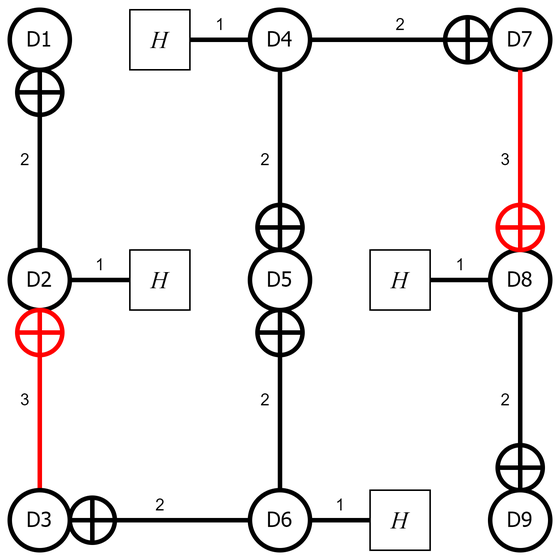
Before: pictures/surface_code/rotated_surface_17_code_encoder.png, a diagram exported from draw.io (Mitch36/QuantumSim-QEC). Source tidied: cells renumbered, new cells last; positions are measured from the earlier drawing's top-left corner, leaving out a move shared by most shapes. Its diagram source:
```xml
<mxGraphModel>
  <root>
    <mxCell id="0" />
    <mxCell id="1" parent="0" />
    <mxCell id="2" value="3" style="edgeStyle=orthogonalEdgeStyle;rounded=0;jettySize=auto;html=1;strokeColor=#FF0000;strokeWidth=3;endArrow=none;endFill=0;" parent="1" edge="1" source="48">
      <mxGeometry x="-0.33" y="-10" relative="1" as="geometry">
        <mxPoint x="20" y="320" as="targetPoint" />
      </mxGeometry>
    </mxCell>
    <mxCell id="3" style="ellipse;whiteSpace=wrap;html=1;fontFamily=Tahoma;strokeWidth=3;" parent="1" vertex="1">
      <mxGeometry x="160" width="40" height="40" as="geometry" />
    </mxCell>
    <mxCell id="4" style="ellipse;whiteSpace=wrap;html=1;fontFamily=Tahoma;strokeWidth=3;" parent="1" vertex="1">
      <mxGeometry x="320" width="40" height="40" as="geometry" />
    </mxCell>
    <mxCell id="5" style="ellipse;whiteSpace=wrap;html=1;fontFamily=Tahoma;strokeWidth=3;" parent="1" vertex="1">
      <mxGeometry x="320" y="160" width="40" height="40" as="geometry" />
    </mxCell>
    <mxCell id="6" style="ellipse;whiteSpace=wrap;html=1;fontFamily=Tahoma;" parent="1" vertex="1">
      <mxGeometry x="160" y="160" width="40" height="40" as="geometry" />
    </mxCell>
    <mxCell id="7" style="ellipse;whiteSpace=wrap;html=1;fontFamily=Tahoma;" parent="1" vertex="1">
      <mxGeometry y="160" width="40" height="40" as="geometry" />
    </mxCell>
    <mxCell id="8" style="ellipse;whiteSpace=wrap;html=1;fontFamily=Tahoma;strokeWidth=3;" parent="1" vertex="1">
      <mxGeometry y="320" width="40" height="40" as="geometry" />
    </mxCell>
    <mxCell id="9" style="ellipse;whiteSpace=wrap;html=1;fontFamily=Tahoma;" parent="1" vertex="1">
      <mxGeometry width="40" height="40" as="geometry" />
    </mxCell>
    <mxCell id="10" style="ellipse;whiteSpace=wrap;html=1;fontFamily=Tahoma;strokeWidth=3;" parent="1" vertex="1">
      <mxGeometry width="40" height="40" as="geometry" />
    </mxCell>
    <mxCell id="11" style="ellipse;whiteSpace=wrap;html=1;fontFamily=Tahoma;strokeWidth=3;" parent="1" vertex="1">
      <mxGeometry y="160" width="40" height="40" as="geometry" />
    </mxCell>
    <mxCell id="12" style="ellipse;whiteSpace=wrap;html=1;fontFamily=Tahoma;strokeWidth=3;" parent="1" vertex="1">
      <mxGeometry x="160" y="160" width="40" height="40" as="geometry" />
    </mxCell>
    <mxCell id="13" style="ellipse;whiteSpace=wrap;html=1;fontFamily=Tahoma;strokeWidth=3;" parent="1" vertex="1">
      <mxGeometry x="160" y="320" width="40" height="40" as="geometry" />
    </mxCell>
    <mxCell id="14" style="ellipse;whiteSpace=wrap;html=1;fontFamily=Tahoma;strokeWidth=3;" parent="1" vertex="1">
      <mxGeometry x="320" y="320" width="40" height="40" as="geometry" />
    </mxCell>
    <mxCell id="15" value="&lt;font style=&quot;font-size: 14px;&quot;&gt;D9&lt;/font&gt;" style="text;html=1;strokeColor=none;fillColor=none;align=center;verticalAlign=middle;whiteSpace=wrap;rounded=0;fontFamily=Tahoma;" parent="1" vertex="1">
      <mxGeometry x="320" y="330" width="40" height="20" as="geometry" />
    </mxCell>
    <mxCell id="16" value="&lt;font style=&quot;font-size: 14px;&quot;&gt;D1&lt;/font&gt;" style="text;html=1;strokeColor=none;fillColor=none;align=center;verticalAlign=middle;whiteSpace=wrap;rounded=0;fontFamily=Tahoma;" parent="1" vertex="1">
      <mxGeometry y="10" width="40" height="20" as="geometry" />
    </mxCell>
    <mxCell id="17" value="&lt;font style=&quot;font-size: 14px;&quot;&gt;D4&lt;/font&gt;" style="text;html=1;strokeColor=none;fillColor=none;align=center;verticalAlign=middle;whiteSpace=wrap;rounded=0;fontFamily=Tahoma;" parent="1" vertex="1">
      <mxGeometry x="160" y="10" width="40" height="20" as="geometry" />
    </mxCell>
    <mxCell id="18" value="&lt;font style=&quot;font-size: 14px;&quot;&gt;D7&lt;/font&gt;" style="text;html=1;strokeColor=none;fillColor=none;align=center;verticalAlign=middle;whiteSpace=wrap;rounded=0;fontFamily=Tahoma;" parent="1" vertex="1">
      <mxGeometry x="320" y="10" width="40" height="20" as="geometry" />
    </mxCell>
    <mxCell id="19" value="&lt;font style=&quot;font-size: 14px;&quot;&gt;D8&lt;/font&gt;" style="text;html=1;strokeColor=none;fillColor=none;align=center;verticalAlign=middle;whiteSpace=wrap;rounded=0;fontFamily=Tahoma;" parent="1" vertex="1">
      <mxGeometry x="320" y="170" width="40" height="20" as="geometry" />
    </mxCell>
    <mxCell id="20" value="&lt;font style=&quot;font-size: 14px;&quot;&gt;D5&lt;/font&gt;" style="text;html=1;strokeColor=none;fillColor=none;align=center;verticalAlign=middle;whiteSpace=wrap;rounded=0;fontFamily=Tahoma;" parent="1" vertex="1">
      <mxGeometry x="160" y="170" width="40" height="20" as="geometry" />
    </mxCell>
    <mxCell id="21" value="&lt;font style=&quot;font-size: 14px;&quot;&gt;D2&lt;/font&gt;" style="text;html=1;strokeColor=none;fillColor=none;align=center;verticalAlign=middle;whiteSpace=wrap;rounded=0;fontFamily=Tahoma;" parent="1" vertex="1">
      <mxGeometry y="170" width="40" height="20" as="geometry" />
    </mxCell>
    <mxCell id="22" value="&lt;font style=&quot;font-size: 14px;&quot;&gt;D3&lt;/font&gt;" style="text;html=1;strokeColor=none;fillColor=none;align=center;verticalAlign=middle;whiteSpace=wrap;rounded=0;fontFamily=Tahoma;" parent="1" vertex="1">
      <mxGeometry y="330" width="40" height="20" as="geometry" />
    </mxCell>
    <mxCell id="23" value="&lt;font style=&quot;font-size: 14px;&quot;&gt;D6&lt;/font&gt;" style="text;html=1;strokeColor=none;fillColor=none;align=center;verticalAlign=middle;whiteSpace=wrap;rounded=0;fontFamily=Tahoma;" parent="1" vertex="1">
      <mxGeometry x="160" y="330" width="40" height="20" as="geometry" />
    </mxCell>
    <mxCell id="24" value="2" style="edgeStyle=orthogonalEdgeStyle;rounded=0;jettySize=auto;html=1;strokeColor=#000000;strokeWidth=3;endArrow=none;endFill=0;" parent="1" edge="1" source="25">
      <mxGeometry x="-0.33" y="-10" relative="1" as="geometry">
        <mxPoint x="180" y="320" as="targetPoint" />
      </mxGeometry>
    </mxCell>
    <mxCell id="25" style="ellipse;whiteSpace=wrap;html=1;fontFamily=Tahoma;strokeWidth=3;" parent="1" vertex="1">
      <mxGeometry x="165" y="200" width="30" height="30" as="geometry" />
    </mxCell>
    <mxCell id="26" style="endArrow=none;html=1;rounded=0;strokeColor=#000000;strokeWidth=3;entryX=0.5;entryY=0;entryDx=0;entryDy=0;exitX=0.5;exitY=1;exitDx=0;exitDy=0;" parent="1" edge="1" source="25" target="25">
      <mxGeometry relative="1" as="geometry" />
    </mxCell>
    <mxCell id="27" style="endArrow=none;html=1;rounded=0;strokeColor=#000000;strokeWidth=3;entryX=0;entryY=0.5;entryDx=0;entryDy=0;exitX=1;exitY=0.5;exitDx=0;exitDy=0;" parent="1" edge="1" source="25" target="25">
      <mxGeometry relative="1" as="geometry" />
    </mxCell>
    <mxCell id="28" value="2" style="edgeStyle=orthogonalEdgeStyle;rounded=0;jettySize=auto;html=1;strokeColor=#000000;strokeWidth=3;endArrow=none;endFill=0;" parent="1" edge="1" source="29" target="3">
      <mxGeometry x="-0.33" y="10" relative="1" as="geometry" />
    </mxCell>
    <mxCell id="29" style="ellipse;whiteSpace=wrap;html=1;fontFamily=Tahoma;strokeWidth=3;direction=east;" parent="1" vertex="1">
      <mxGeometry x="165" y="130" width="30" height="30" as="geometry" />
    </mxCell>
    <mxCell id="30" style="endArrow=none;html=1;rounded=0;strokeColor=#000000;strokeWidth=3;entryX=0.5;entryY=0;entryDx=0;entryDy=0;exitX=0.5;exitY=1;exitDx=0;exitDy=0;" parent="1" edge="1" source="29" target="29">
      <mxGeometry relative="1" as="geometry" />
    </mxCell>
    <mxCell id="31" style="endArrow=none;html=1;rounded=0;strokeColor=#000000;strokeWidth=3;entryX=0;entryY=0.5;entryDx=0;entryDy=0;exitX=1;exitY=0.5;exitDx=0;exitDy=0;" parent="1" edge="1" source="29" target="29">
      <mxGeometry relative="1" as="geometry" />
    </mxCell>
    <mxCell id="32" value="2" style="edgeStyle=orthogonalEdgeStyle;rounded=0;jettySize=auto;html=1;strokeColor=#000000;strokeWidth=3;endArrow=none;endFill=0;" parent="1" edge="1" source="33" target="3">
      <mxGeometry x="-0.33" y="-10" relative="1" as="geometry" />
    </mxCell>
    <mxCell id="33" style="ellipse;whiteSpace=wrap;html=1;fontFamily=Tahoma;strokeWidth=3;direction=east;" parent="1" vertex="1">
      <mxGeometry x="290" y="5" width="30" height="30" as="geometry" />
    </mxCell>
    <mxCell id="34" style="endArrow=none;html=1;rounded=0;strokeColor=#000000;strokeWidth=3;entryX=0.5;entryY=0;entryDx=0;entryDy=0;exitX=0.5;exitY=1;exitDx=0;exitDy=0;" parent="1" edge="1" source="33" target="33">
      <mxGeometry relative="1" as="geometry" />
    </mxCell>
    <mxCell id="35" style="endArrow=none;html=1;rounded=0;strokeColor=#000000;strokeWidth=3;entryX=0;entryY=0.5;entryDx=0;entryDy=0;exitX=1;exitY=0.5;exitDx=0;exitDy=0;" parent="1" edge="1" source="33" target="33">
      <mxGeometry relative="1" as="geometry" />
    </mxCell>
    <mxCell id="36" value="2" style="edgeStyle=orthogonalEdgeStyle;rounded=0;jettySize=auto;html=1;strokeColor=#000000;strokeWidth=3;endArrow=none;endFill=0;" parent="1" edge="1" source="37">
      <mxGeometry x="-0.33" y="10" relative="1" as="geometry">
        <mxPoint x="340" y="200" as="targetPoint" />
      </mxGeometry>
    </mxCell>
    <mxCell id="37" style="ellipse;whiteSpace=wrap;html=1;fontFamily=Tahoma;strokeWidth=3;direction=east;" parent="1" vertex="1">
      <mxGeometry x="325" y="290" width="30" height="30" as="geometry" />
    </mxCell>
    <mxCell id="38" style="endArrow=none;html=1;rounded=0;strokeColor=#000000;strokeWidth=3;entryX=0.5;entryY=0;entryDx=0;entryDy=0;exitX=0.5;exitY=1;exitDx=0;exitDy=0;" parent="1" edge="1" source="37" target="37">
      <mxGeometry relative="1" as="geometry" />
    </mxCell>
    <mxCell id="39" style="endArrow=none;html=1;rounded=0;strokeColor=#000000;strokeWidth=3;entryX=0;entryY=0.5;entryDx=0;entryDy=0;exitX=1;exitY=0.5;exitDx=0;exitDy=0;" parent="1" edge="1" source="37" target="37">
      <mxGeometry relative="1" as="geometry" />
    </mxCell>
    <mxCell id="40" value="2" style="edgeStyle=orthogonalEdgeStyle;rounded=0;jettySize=auto;html=1;strokeColor=#000000;strokeWidth=3;endArrow=none;endFill=0;" parent="1" edge="1" source="41" target="23">
      <mxGeometry x="-0.33" y="10" relative="1" as="geometry" />
    </mxCell>
    <mxCell id="41" style="ellipse;whiteSpace=wrap;html=1;fontFamily=Tahoma;strokeWidth=3;direction=east;" parent="1" vertex="1">
      <mxGeometry x="40" y="325" width="30" height="30" as="geometry" />
    </mxCell>
    <mxCell id="42" style="endArrow=none;html=1;rounded=0;strokeColor=#000000;strokeWidth=3;entryX=0.5;entryY=0;entryDx=0;entryDy=0;exitX=0.5;exitY=1;exitDx=0;exitDy=0;" parent="1" edge="1" source="41" target="41">
      <mxGeometry relative="1" as="geometry" />
    </mxCell>
    <mxCell id="43" style="endArrow=none;html=1;rounded=0;strokeColor=#000000;strokeWidth=3;entryX=0;entryY=0.5;entryDx=0;entryDy=0;exitX=1;exitY=0.5;exitDx=0;exitDy=0;" parent="1" edge="1" source="41" target="41">
      <mxGeometry relative="1" as="geometry" />
    </mxCell>
    <mxCell id="44" value="2" style="edgeStyle=orthogonalEdgeStyle;rounded=0;jettySize=auto;html=1;strokeColor=#000000;strokeWidth=3;endArrow=none;endFill=0;" parent="1" edge="1" source="45">
      <mxGeometry x="-0.33" y="-10" relative="1" as="geometry">
        <mxPoint x="20" y="160" as="targetPoint" />
      </mxGeometry>
    </mxCell>
    <mxCell id="45" style="ellipse;whiteSpace=wrap;html=1;fontFamily=Tahoma;strokeWidth=3;" parent="1" vertex="1">
      <mxGeometry x="5" y="40" width="30" height="30" as="geometry" />
    </mxCell>
    <mxCell id="46" style="endArrow=none;html=1;rounded=0;strokeColor=#000000;strokeWidth=3;entryX=0.5;entryY=0;entryDx=0;entryDy=0;exitX=0.5;exitY=1;exitDx=0;exitDy=0;" parent="1" edge="1" source="45" target="45">
      <mxGeometry relative="1" as="geometry" />
    </mxCell>
    <mxCell id="47" style="endArrow=none;html=1;rounded=0;strokeColor=#000000;strokeWidth=3;entryX=0;entryY=0.5;entryDx=0;entryDy=0;exitX=1;exitY=0.5;exitDx=0;exitDy=0;" parent="1" edge="1" source="45" target="45">
      <mxGeometry relative="1" as="geometry" />
    </mxCell>
    <mxCell id="48" style="ellipse;whiteSpace=wrap;html=1;fontFamily=Tahoma;strokeWidth=3;strokeColor=#FF0000;" parent="1" vertex="1">
      <mxGeometry x="5" y="200" width="30" height="30" as="geometry" />
    </mxCell>
    <mxCell id="49" style="endArrow=none;html=1;rounded=0;strokeColor=#FF0000;strokeWidth=3;entryX=0.5;entryY=0;entryDx=0;entryDy=0;exitX=0.5;exitY=1;exitDx=0;exitDy=0;" parent="1" edge="1" source="48" target="48">
      <mxGeometry relative="1" as="geometry" />
    </mxCell>
    <mxCell id="50" style="endArrow=none;html=1;rounded=0;strokeColor=#FF0000;strokeWidth=3;entryX=0;entryY=0.5;entryDx=0;entryDy=0;exitX=1;exitY=0.5;exitDx=0;exitDy=0;" parent="1" edge="1" source="48" target="48">
      <mxGeometry relative="1" as="geometry" />
    </mxCell>
    <mxCell id="51" value="3" style="edgeStyle=orthogonalEdgeStyle;rounded=0;jettySize=auto;html=1;strokeColor=#FF0000;strokeWidth=3;endArrow=none;endFill=0;entryX=0.5;entryY=1;entryDx=0;entryDy=0;" parent="1" edge="1" source="52" target="4">
      <mxGeometry x="-0.33" y="10" relative="1" as="geometry" />
    </mxCell>
    <mxCell id="52" style="ellipse;whiteSpace=wrap;html=1;fontFamily=Tahoma;strokeWidth=3;strokeColor=#FF0000;" parent="1" vertex="1">
      <mxGeometry x="325" y="130" width="30" height="30" as="geometry" />
    </mxCell>
    <mxCell id="53" style="endArrow=none;html=1;rounded=0;strokeColor=#FF0000;strokeWidth=3;entryX=0.5;entryY=0;entryDx=0;entryDy=0;exitX=0.5;exitY=1;exitDx=0;exitDy=0;" parent="1" edge="1" source="52" target="52">
      <mxGeometry relative="1" as="geometry" />
    </mxCell>
    <mxCell id="54" style="endArrow=none;html=1;rounded=0;strokeColor=#FF0000;strokeWidth=3;entryX=0;entryY=0.5;entryDx=0;entryDy=0;exitX=1;exitY=0.5;exitDx=0;exitDy=0;" parent="1" edge="1" source="52" target="52">
      <mxGeometry relative="1" as="geometry" />
    </mxCell>
    <mxCell id="55" value="1" style="edgeStyle=orthogonalEdgeStyle;rounded=0;jettySize=auto;html=1;strokeColor=#000000;strokeWidth=3;fontSize=11;endArrow=none;endFill=0;" parent="1" edge="1" source="56" target="23">
      <mxGeometry y="-10" relative="1" as="geometry" />
    </mxCell>
    <mxCell id="56" value="&lt;i&gt;H&lt;/i&gt;" style="rounded=0;whiteSpace=wrap;html=1;fontFamily=Times New Roman;fontSize=16;" parent="1" vertex="1">
      <mxGeometry x="240" y="320" width="40" height="40" as="geometry" />
    </mxCell>
    <mxCell id="57" value="1" style="edgeStyle=orthogonalEdgeStyle;rounded=0;jettySize=auto;html=1;strokeColor=#000000;strokeWidth=3;fontSize=11;endArrow=none;endFill=0;" parent="1" edge="1" source="58" target="21">
      <mxGeometry y="-10" relative="1" as="geometry" />
    </mxCell>
    <mxCell id="58" value="&lt;i&gt;H&lt;/i&gt;" style="rounded=0;whiteSpace=wrap;html=1;fontFamily=Times New Roman;fontSize=16;" parent="1" vertex="1">
      <mxGeometry x="80" y="160" width="40" height="40" as="geometry" />
    </mxCell>
    <mxCell id="59" value="1" style="edgeStyle=orthogonalEdgeStyle;rounded=0;jettySize=auto;html=1;strokeColor=#000000;strokeWidth=3;fontSize=11;endArrow=none;endFill=0;" parent="1" edge="1" source="60" target="19">
      <mxGeometry y="10" relative="1" as="geometry" />
    </mxCell>
    <mxCell id="60" value="&lt;i&gt;H&lt;/i&gt;" style="rounded=0;whiteSpace=wrap;html=1;fontFamily=Times New Roman;fontSize=16;" parent="1" vertex="1">
      <mxGeometry x="240" y="160" width="40" height="40" as="geometry" />
    </mxCell>
    <mxCell id="61" value="1" style="edgeStyle=orthogonalEdgeStyle;rounded=0;jettySize=auto;html=1;strokeColor=#000000;strokeWidth=3;fontSize=11;endArrow=none;endFill=0;spacing=0;" parent="1" edge="1" source="62" target="17">
      <mxGeometry y="10" relative="1" as="geometry" />
    </mxCell>
    <mxCell id="62" value="&lt;i&gt;H&lt;/i&gt;" style="rounded=0;whiteSpace=wrap;html=1;fontFamily=Times New Roman;fontSize=16;" parent="1" vertex="1">
      <mxGeometry x="80" width="40" height="40" as="geometry" />
    </mxCell>
  </root>
</mxGraphModel>
```
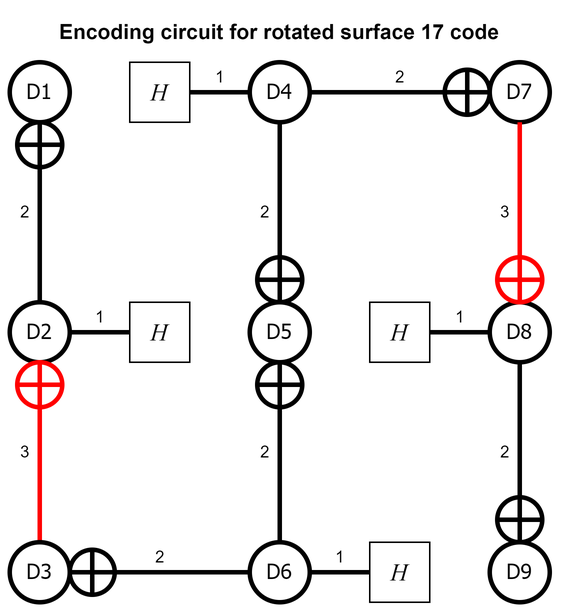
The same diagram one commit later.

Change to the diagram source:
```diff
@@ -193,5 +193,8 @@
     <mxCell id="62" value="&lt;i&gt;H&lt;/i&gt;" style="rounded=0;whiteSpace=wrap;html=1;fontFamily=Times New Roman;fontSize=16;" parent="1" vertex="1">
       <mxGeometry x="80" width="40" height="40" as="geometry" />
     </mxCell>
+    <mxCell id="63" value="&lt;font style=&quot;font-size: 14px;&quot;&gt;&lt;b&gt;Encoding circuit for rotated surface 17 code&lt;/b&gt;&lt;/font&gt;" style="text;html=1;strokeColor=none;fillColor=none;align=center;verticalAlign=middle;whiteSpace=wrap;rounded=0;strokeWidth=3;" parent="1" vertex="1">
+      <mxGeometry y="-35" width="360" height="30" as="geometry" />
+    </mxCell>
   </root>
 </mxGraphModel>
```
